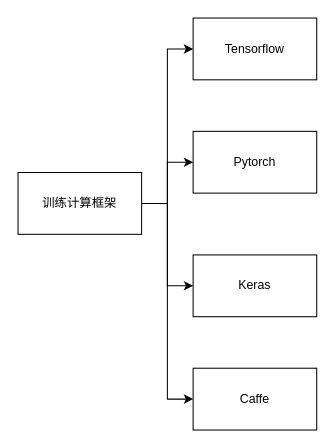
The draw.io diagram 基础设施.drawio in yuxibiwin/draw, before the edit. Source tidied: cells renumbered, new cells numbered last; positions are measured from the earlier drawing's top-left corner, leaving out a move shared by most shapes. Both pictures are drawn from the tidied source at 103%, with x=0, y=0 at pixel (18, 18).
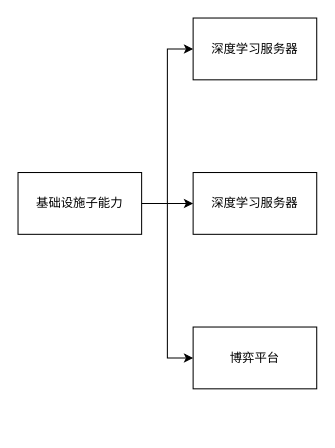
The same diagram, later.

Commit message (it also covers changes not shown here):
更新基础设施.drawio

Change to the diagram source:
```diff
@@
 <mxGraphModel>
   <root>
     <mxCell id="0" />
     <mxCell id="1" parent="0" />
     <mxCell id="2" style="edgeStyle=orthogonalEdgeStyle;rounded=0;jettySize=auto;html=1;entryX=0;entryY=0.5;entryDx=0;entryDy=0;" parent="1" edge="1" source="6" target="7">
       <mxGeometry relative="1" as="geometry" />
     </mxCell>
     <mxCell id="3" style="edgeStyle=orthogonalEdgeStyle;rounded=0;jettySize=auto;html=1;entryX=0;entryY=0.5;entryDx=0;entryDy=0;" parent="1" edge="1" source="6" target="10">
       <mxGeometry relative="1" as="geometry" />
     </mxCell>
     <mxCell id="4" style="edgeStyle=orthogonalEdgeStyle;rounded=0;jettySize=auto;html=1;entryX=0;entryY=0.5;entryDx=0;entryDy=0;" parent="1" edge="1" source="6" target="9">
       <mxGeometry relative="1" as="geometry" />
     </mxCell>
-    <mxCell id="5" style="edgeStyle=orthogonalEdgeStyle;rounded=0;jettySize=auto;html=1;entryX=0;entryY=0.5;entryDx=0;entryDy=0;" parent="1" edge="1" source="6" target="8">
-      <mxGeometry relative="1" as="geometry" />
-    </mxCell>
-    <mxCell id="6" value="训练计算框架" style="rounded=0;whiteSpace=wrap;html=1;" parent="1" vertex="1">
+    <mxCell id="6" value="基础设施子能力" style="rounded=0;whiteSpace=wrap;html=1;" parent="1" vertex="1">
       <mxGeometry y="150" width="120" height="60" as="geometry" />
     </mxCell>
-    <mxCell id="7" value="Pytorch" style="rounded=0;whiteSpace=wrap;html=1;" parent="1" vertex="1">
-      <mxGeometry x="170" y="110" width="120" height="60" as="geometry" />
+    <mxCell id="7" value="深度学习服务器" style="rounded=0;whiteSpace=wrap;html=1;" parent="1" vertex="1">
+      <mxGeometry x="170" y="150" width="120" height="60" as="geometry" />
     </mxCell>
-    <mxCell id="8" value="Caffe" style="rounded=0;whiteSpace=wrap;html=1;" parent="1" vertex="1">
-      <mxGeometry x="170" y="340" width="120" height="60" as="geometry" />
-    </mxCell>
-    <mxCell id="9" value="Keras" style="rounded=0;whiteSpace=wrap;html=1;" parent="1" vertex="1">
-      <mxGeometry x="170" y="230" width="120" height="60" as="geometry" />
+    <mxCell id="9" value="博弈平台" style="rounded=0;whiteSpace=wrap;html=1;" parent="1" vertex="1">
+      <mxGeometry x="170" y="300" width="120" height="60" as="geometry" />
     </mxCell>
-    <mxCell id="10" value="Tensorflow" style="rounded=0;whiteSpace=wrap;html=1;" parent="1" vertex="1">
+    <mxCell id="10" value="深度学习服务器" style="rounded=0;whiteSpace=wrap;html=1;" parent="1" vertex="1">
       <mxGeometry x="170" width="120" height="60" as="geometry" />
     </mxCell>
   </root>
 </mxGraphModel>
```
